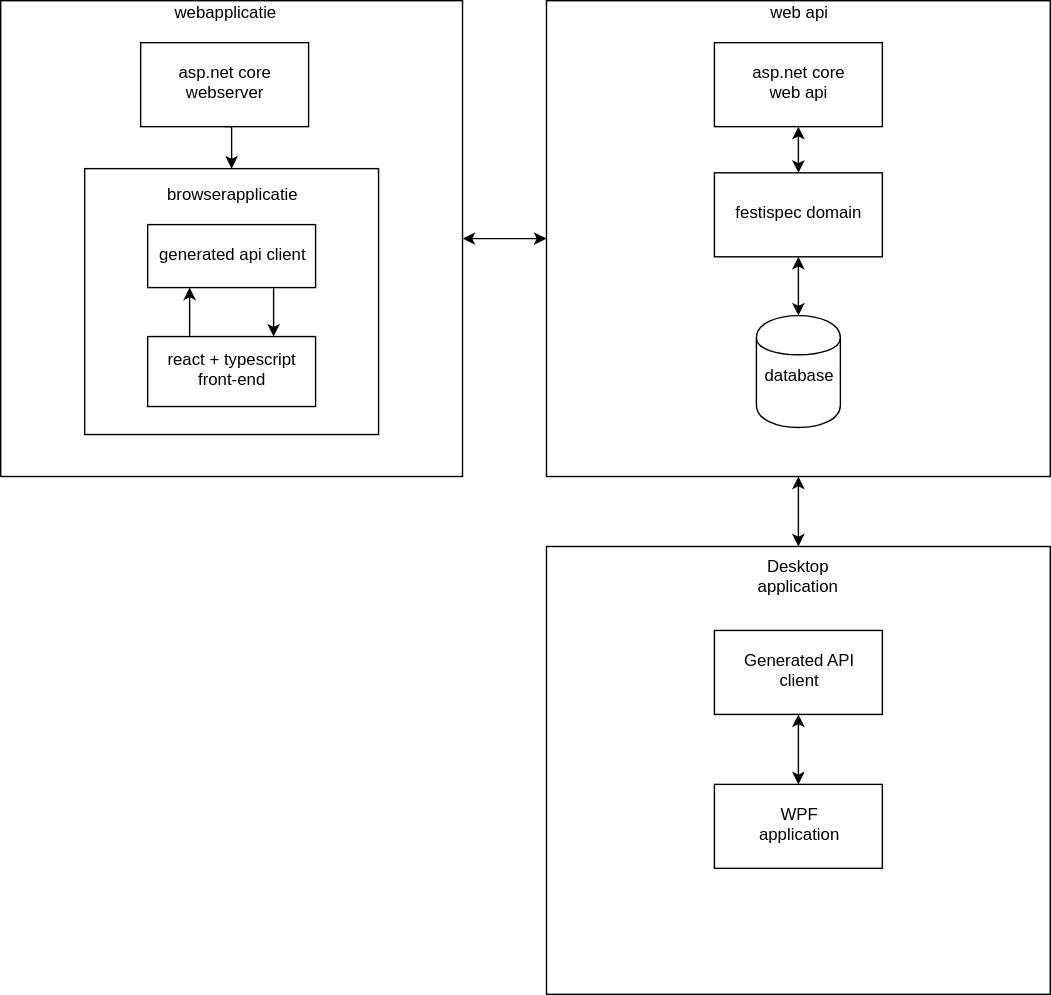
SOQSoft/Technisch-Ontwerp keeps this draw.io diagram as macro_level_design.svg. Above is the earlier version. Source tidied: cells renumbered, new cells last; positions are measured from the earlier drawing's top-left corner, leaving out a move shared by most shapes.
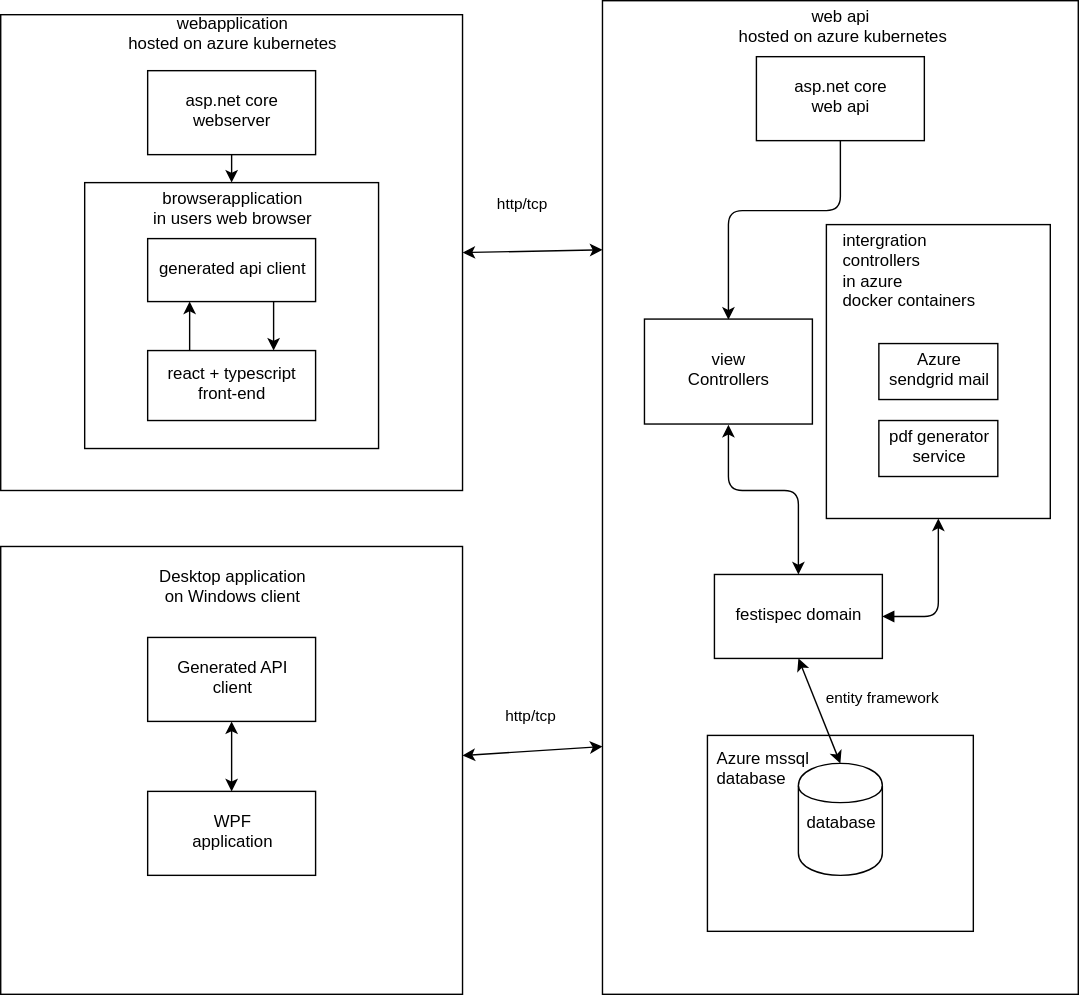
Above is the later version.

Diff of the diagram source:
```diff
@@ -1,24 +1,24 @@
-<mxGraphModel background="#ffffff">
+<mxGraphModel>
   <root>
     <mxCell id="0" />
     <mxCell id="1" parent="0" />
     <mxCell id="2" style="rounded=0;whiteSpace=wrap;html=1;" parent="1" vertex="1">
       <mxGeometry width="330" height="340" as="geometry" />
     </mxCell>
-    <mxCell id="3" value="&lt;div&gt;webapplicatie&lt;/div&gt;" style="text;html=1;strokeColor=none;fillColor=none;align=center;verticalAlign=middle;whiteSpace=wrap;rounded=0;" parent="1" vertex="1">
-      <mxGeometry x="140" width="40" height="20" as="geometry" />
+    <mxCell id="3" value="&lt;div&gt;webapplication &lt;br&gt;&lt;/div&gt;&lt;div&gt;hosted on azure kubernetes&lt;/div&gt;" style="text;html=1;strokeColor=none;fillColor=none;align=center;verticalAlign=middle;whiteSpace=wrap;rounded=0;" parent="1" vertex="1">
+      <mxGeometry x="80" width="170" height="30" as="geometry" />
     </mxCell>
     <mxCell id="4" style="edgeStyle=orthogonalEdgeStyle;rounded=0;html=1;exitX=0.5;exitY=1;entryX=0.5;entryY=0;jettySize=auto;" parent="1" edge="1" source="5" target="6">
       <mxGeometry relative="1" as="geometry" />
     </mxCell>
     <mxCell id="5" value="&lt;div&gt;asp.net core &lt;br&gt;&lt;/div&gt;&lt;div&gt;webserver&lt;/div&gt;" style="rounded=0;whiteSpace=wrap;html=1;" parent="1" vertex="1">
-      <mxGeometry x="100" y="30" width="120" height="60" as="geometry" />
+      <mxGeometry x="105" y="40" width="120" height="60" as="geometry" />
     </mxCell>
     <mxCell id="6" style="rounded=0;whiteSpace=wrap;html=1;" parent="1" vertex="1">
       <mxGeometry x="60" y="120" width="210" height="190" as="geometry" />
     </mxCell>
-    <mxCell id="7" value="&lt;div&gt;browserapplicatie&lt;/div&gt;" style="text;html=1;strokeColor=none;fillColor=none;align=center;verticalAlign=middle;whiteSpace=wrap;rounded=0;" parent="1" vertex="1">
-      <mxGeometry x="145" y="130" width="40" height="20" as="geometry" />
+    <mxCell id="7" value="&lt;div&gt;browserapplication&lt;/div&gt;&lt;div&gt;in users web browser&lt;br&gt;&lt;/div&gt;" style="text;html=1;strokeColor=none;fillColor=none;align=center;verticalAlign=middle;whiteSpace=wrap;rounded=0;" parent="1" vertex="1">
+      <mxGeometry x="90" y="130" width="150" height="20" as="geometry" />
     </mxCell>
     <mxCell id="8" style="edgeStyle=orthogonalEdgeStyle;rounded=0;html=1;exitX=0.75;exitY=1;entryX=0.75;entryY=0;jettySize=auto;" parent="1" edge="1" source="9" target="11">
       <mxGeometry relative="1" as="geometry" />
@@ -33,46 +33,83 @@
       <mxGeometry x="105" y="240" width="120" height="50" as="geometry" />
     </mxCell>
     <mxCell id="12" style="rounded=0;whiteSpace=wrap;html=1;" parent="1" vertex="1">
-      <mxGeometry x="390" width="360" height="340" as="geometry" />
+      <mxGeometry x="430" y="-10" width="340" height="710" as="geometry" />
     </mxCell>
-    <mxCell id="13" style="endArrow=classic;startArrow=classic;html=1;entryX=0;entryY=0.5;exitX=1;exitY=0.5;" parent="1" edge="1" source="2" target="12">
-      <mxGeometry relative="1" as="geometry" />
+    <mxCell id="13" value="&lt;div&gt;http/tcp&lt;/div&gt;" style="endArrow=classic;startArrow=classic;html=1;entryX=0;entryY=0.25;exitX=1;exitY=0.5;" parent="1" edge="1" source="2" target="12">
+      <mxGeometry x="-0.13" y="33" relative="1" as="geometry" />
     </mxCell>
-    <mxCell id="14" value="&lt;div&gt;web api&lt;br&gt;&lt;/div&gt;" style="text;html=1;strokeColor=none;fillColor=none;align=center;verticalAlign=middle;whiteSpace=wrap;rounded=0;" parent="1" vertex="1">
-      <mxGeometry x="540" width="60" height="20" as="geometry" />
+    <mxCell id="14" value="&lt;div&gt;web api&lt;br&gt;&lt;/div&gt;&amp;nbsp;hosted on azure kubernetes" style="text;html=1;strokeColor=none;fillColor=none;align=center;verticalAlign=middle;whiteSpace=wrap;rounded=0;" parent="1" vertex="1">
+      <mxGeometry x="515" width="170" height="20" as="geometry" />
     </mxCell>
+    <mxCell id="26" style="edgeStyle=orthogonalEdgeStyle;rounded=1;html=1;entryX=0.5;entryY=0;jettySize=auto;" parent="1" edge="1" source="15" target="32">
+      <mxGeometry relative="1" as="geometry">
+        <Array as="points">
+          <mxPoint x="600" y="140" />
+          <mxPoint x="520" y="140" />
+        </Array>
+      </mxGeometry>
+    </mxCell>
     <mxCell id="15" value="&lt;div&gt;asp.net core &lt;br&gt;&lt;/div&gt;&lt;div&gt;web api&lt;br&gt;&lt;/div&gt;" style="rounded=0;whiteSpace=wrap;html=1;" parent="1" vertex="1">
-      <mxGeometry x="510" y="30" width="120" height="60" as="geometry" />
+      <mxGeometry x="540" y="30" width="120" height="60" as="geometry" />
     </mxCell>
-    <mxCell id="16" value="&lt;div&gt;database&lt;/div&gt;&lt;div&gt;&lt;br&gt;&lt;/div&gt;" style="shape=cylinder;whiteSpace=wrap;html=1;boundedLbl=1;backgroundOutline=1;" parent="1" vertex="1">
-      <mxGeometry x="540" y="225" width="60" height="80" as="geometry" />
-    </mxCell>
+    <mxCell id="27" style="edgeStyle=orthogonalEdgeStyle;rounded=1;html=1;exitX=1;exitY=0.5;entryX=0.5;entryY=1;jettySize=auto;startArrow=block;startFill=1;" parent="1" edge="1" source="17" target="30">
+      <mxGeometry relative="1" as="geometry" />
+    </mxCell>
     <mxCell id="17" value="&lt;div&gt;festispec domain&lt;/div&gt;" style="rounded=0;whiteSpace=wrap;html=1;" parent="1" vertex="1">
-      <mxGeometry x="510" y="123" width="120" height="60" as="geometry" />
+      <mxGeometry x="510" y="400" width="120" height="60" as="geometry" />
     </mxCell>
-    <mxCell id="18" style="endArrow=classic;startArrow=classic;html=1;entryX=0.5;entryY=1;exitX=0.5;exitY=0;" parent="1" edge="1" source="16" target="17">
-      <mxGeometry relative="1" as="geometry" />
-    </mxCell>
-    <mxCell id="19" style="endArrow=classic;startArrow=classic;html=1;entryX=0.5;entryY=1;exitX=0.5;exitY=0;" parent="1" edge="1" source="17" target="15">
-      <mxGeometry relative="1" as="geometry" />
+    <mxCell id="19" style="endArrow=classic;startArrow=classic;html=1;entryX=0.5;entryY=1;exitX=0.5;exitY=0;" parent="1" edge="1" source="17" target="32">
+      <mxGeometry relative="1" as="geometry">
+        <Array as="points">
+          <mxPoint x="570" y="340" />
+          <mxPoint x="520" y="340" />
+        </Array>
+      </mxGeometry>
     </mxCell>
     <mxCell id="20" style="rounded=0;whiteSpace=wrap;html=1;" parent="1" vertex="1">
-      <mxGeometry x="390" y="390" width="360" height="320" as="geometry" />
+      <mxGeometry y="380" width="330" height="320" as="geometry" />
     </mxCell>
-    <mxCell id="21" style="endArrow=classic;startArrow=classic;html=1;entryX=0.5;entryY=1;exitX=0.5;exitY=0;" parent="1" edge="1" source="20" target="12">
-      <mxGeometry relative="1" as="geometry" />
+    <mxCell id="21" value="&lt;div&gt;http/tcp&lt;/div&gt;" style="endArrow=classic;startArrow=classic;html=1;entryX=0;entryY=0.75;" parent="1" edge="1" source="20" target="12">
+      <mxGeometry x="0.02" y="24" relative="1" as="geometry" />
     </mxCell>
-    <mxCell id="22" value="&lt;div&gt;Desktop application&lt;/div&gt;&lt;div&gt;&lt;br&gt;&lt;/div&gt;" style="text;html=1;strokeColor=none;fillColor=none;align=center;verticalAlign=middle;whiteSpace=wrap;rounded=0;" parent="1" vertex="1">
-      <mxGeometry x="550" y="410" width="40" height="20" as="geometry" />
+    <mxCell id="22" value="&lt;div&gt;Desktop application&lt;/div&gt;&lt;div&gt;on Windows client&lt;/div&gt;" style="text;html=1;strokeColor=none;fillColor=none;align=center;verticalAlign=middle;whiteSpace=wrap;rounded=0;" parent="1" vertex="1">
+      <mxGeometry x="85" y="400" width="160" height="20" as="geometry" />
     </mxCell>
     <mxCell id="23" value="&lt;div&gt;Generated API&lt;/div&gt;&lt;div&gt;client&lt;/div&gt;" style="rounded=0;whiteSpace=wrap;html=1;" parent="1" vertex="1">
-      <mxGeometry x="510" y="450" width="120" height="60" as="geometry" />
+      <mxGeometry x="105" y="445" width="120" height="60" as="geometry" />
     </mxCell>
     <mxCell id="24" value="&lt;div&gt;WPF&lt;/div&gt;&lt;div&gt;application&lt;/div&gt;" style="rounded=0;whiteSpace=wrap;html=1;" parent="1" vertex="1">
-      <mxGeometry x="510" y="560" width="120" height="60" as="geometry" />
+      <mxGeometry x="105" y="555" width="120" height="60" as="geometry" />
     </mxCell>
     <mxCell id="25" style="endArrow=classic;startArrow=classic;html=1;entryX=0.5;entryY=1;" parent="1" edge="1" source="24" target="23">
       <mxGeometry relative="1" as="geometry" />
     </mxCell>
+    <mxCell id="28" style="rounded=0;whiteSpace=wrap;html=1;" parent="1" vertex="1">
+      <mxGeometry x="505" y="515" width="190" height="140" as="geometry" />
+    </mxCell>
+    <mxCell id="16" value="&lt;div&gt;database&lt;/div&gt;&lt;div&gt;&lt;br&gt;&lt;/div&gt;" style="shape=cylinder;whiteSpace=wrap;html=1;boundedLbl=1;backgroundOutline=1;" parent="1" vertex="1">
+      <mxGeometry x="570" y="535" width="60" height="80" as="geometry" />
+    </mxCell>
+    <mxCell id="18" value="&lt;div&gt;entity framework&lt;/div&gt;" style="endArrow=classic;startArrow=classic;html=1;entryX=0.5;entryY=1;exitX=0.5;exitY=0;" parent="1" edge="1" source="16" target="17">
+      <mxGeometry x="-0.24" y="-45" relative="1" as="geometry" />
+    </mxCell>
+    <mxCell id="29" value="&lt;div&gt;Azure mssql &lt;br&gt;&lt;/div&gt;&lt;div&gt;database&lt;/div&gt;" style="text;html=1;" parent="1" vertex="1">
+      <mxGeometry x="510" y="520" width="110" height="30" as="geometry" />
+    </mxCell>
+    <mxCell id="30" value="&lt;div&gt;&lt;br&gt;&lt;/div&gt;&lt;div&gt;&lt;br&gt;&lt;/div&gt;" style="rounded=0;whiteSpace=wrap;html=1;" parent="1" vertex="1">
+      <mxGeometry x="590" y="150" width="160" height="210" as="geometry" />
+    </mxCell>
+    <mxCell id="31" value="&lt;div&gt;intergration &lt;br&gt;&lt;/div&gt;&lt;div&gt;controllers&lt;/div&gt;&lt;div&gt;in azure &lt;br&gt;&lt;/div&gt;&lt;div&gt;docker containers&lt;br&gt;&lt;/div&gt;" style="text;html=1;" parent="1" vertex="1">
+      <mxGeometry x="600" y="150" width="90" height="40" as="geometry" />
+    </mxCell>
+    <mxCell id="32" value="&lt;div&gt;view &lt;br&gt;&lt;/div&gt;&lt;div&gt;Controllers&lt;/div&gt;" style="rounded=0;whiteSpace=wrap;html=1;" parent="1" vertex="1">
+      <mxGeometry x="460" y="217.5" width="120" height="75" as="geometry" />
+    </mxCell>
+    <mxCell id="33" value="&lt;div&gt;Azure&lt;/div&gt;&lt;div&gt;sendgrid mail&lt;br&gt;&lt;/div&gt;" style="rounded=0;whiteSpace=wrap;html=1;" parent="1" vertex="1">
+      <mxGeometry x="627.5" y="235" width="85" height="40" as="geometry" />
+    </mxCell>
+    <mxCell id="34" value="&lt;div&gt;pdf generator&lt;/div&gt;&lt;div&gt;service&lt;/div&gt;" style="rounded=0;whiteSpace=wrap;html=1;" parent="1" vertex="1">
+      <mxGeometry x="627.5" y="290" width="85" height="40" as="geometry" />
+    </mxCell>
   </root>
 </mxGraphModel>
```
